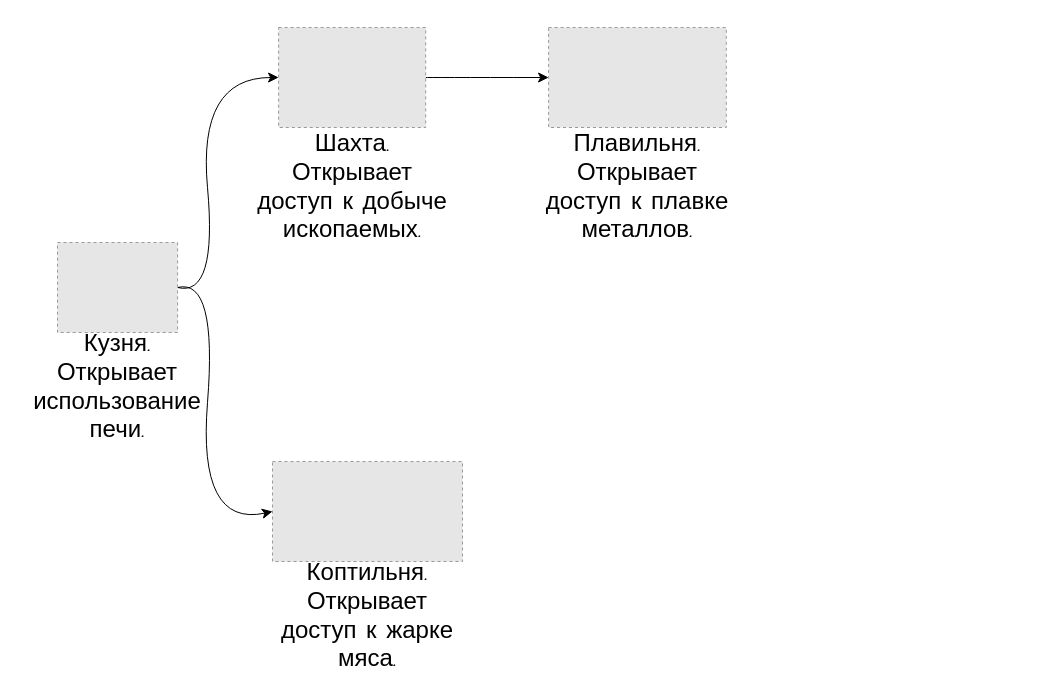
Above: TechnologicalTree.drawio in Alex-Degtyarenko/technological_tree (draw.io), before the change. Source tidied: cells renumbered, new cells numbered last; positions are measured from the earlier drawing's top-left corner, leaving out a move shared by most shapes. Both pictures are drawn from the tidied source at 100%, with x=0, y=0 at pixel (17, 27). Pictures stored in the file or linked from it are replaced by grey dashed boxes.
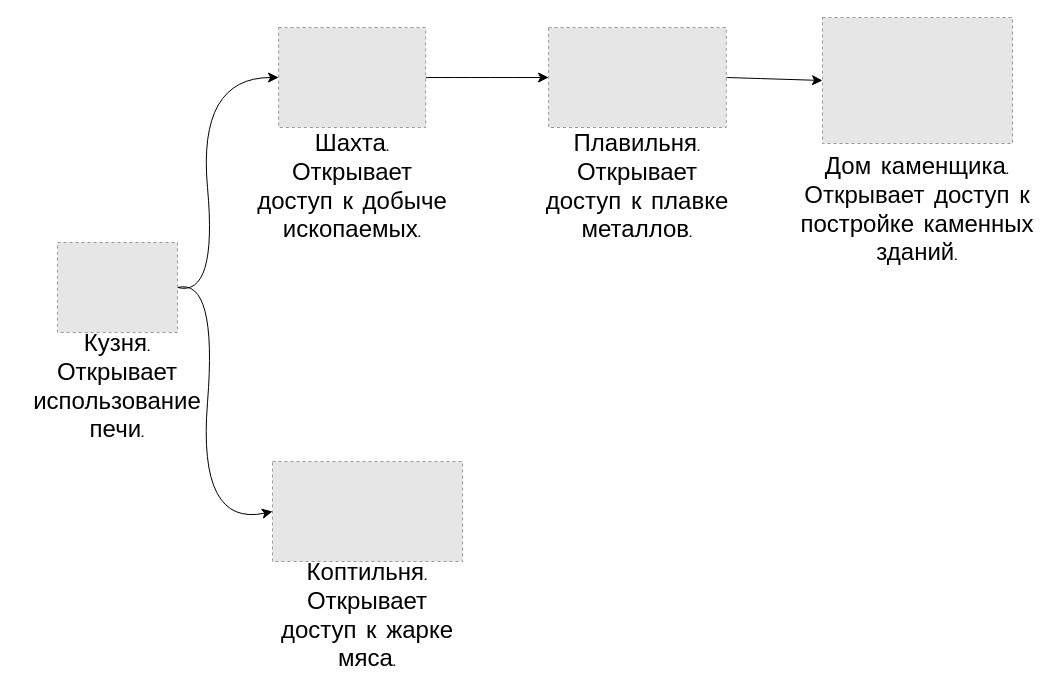
The same page after the edit.

What changed in the source:
```diff
@@
 <mxGraphModel>
   <root>
     <mxCell id="0" />
     <mxCell id="1" parent="0" />
     <mxCell id="2" style="edgeStyle=none;curved=1;rounded=0;jettySize=auto;html=1;exitX=1;exitY=0.5;exitDx=0;exitDy=0;entryX=0;entryY=0.5;entryDx=0;entryDy=0;fontSize=12;startSize=8;endSize=8;" parent="1" edge="1" source="4" target="7">
       <mxGeometry relative="1" as="geometry">
         <Array as="points">
           <mxPoint x="200" y="270" />
           <mxPoint x="180" y="50" />
         </Array>
       </mxGeometry>
     </mxCell>
     <mxCell id="3" style="edgeStyle=none;curved=1;rounded=0;jettySize=auto;html=1;exitX=1;exitY=0.5;exitDx=0;exitDy=0;entryX=0;entryY=0.5;entryDx=0;entryDy=0;fontSize=12;startSize=8;endSize=8;" parent="1" edge="1" source="4" target="9">
       <mxGeometry relative="1" as="geometry">
         <Array as="points">
           <mxPoint x="200" y="250" />
           <mxPoint x="180" y="500" />
         </Array>
       </mxGeometry>
     </mxCell>
     <mxCell id="4" style="fillColor=#E6E6E6;strokeColor=#999999;dashed=1;verticalLabelPosition=bottom;verticalAlign=top;fontSize=16;" parent="1" vertex="1">
       <mxGeometry x="40" y="215" width="120.1" height="90" as="geometry" />
     </mxCell>
     <mxCell id="5" value="Кузня.&lt;br style=&quot;font-size: 24px;&quot;&gt;Открывает использование печи." style="text;html=1;strokeColor=none;fillColor=none;align=center;verticalAlign=middle;whiteSpace=wrap;rounded=0;fontSize=24;fontFamily=Comic Sans MS;labelBackgroundColor=none;" parent="1" vertex="1">
       <mxGeometry y="305" width="200" height="110" as="geometry" />
     </mxCell>
     <mxCell id="6" style="edgeStyle=none;curved=1;rounded=0;jettySize=auto;html=1;exitX=1;exitY=0.5;exitDx=0;exitDy=0;entryX=0;entryY=0.5;entryDx=0;entryDy=0;fontSize=12;startSize=8;endSize=8;" parent="1" edge="1" source="7" target="11">
       <mxGeometry relative="1" as="geometry" />
     </mxCell>
     <mxCell id="7" style="fillColor=#E6E6E6;strokeColor=#999999;dashed=1;verticalLabelPosition=bottom;verticalAlign=top;fontSize=16;" parent="1" vertex="1">
       <mxGeometry x="261.1" width="147.1" height="100" as="geometry" />
     </mxCell>
     <mxCell id="8" value="Шахта. Открывает доступ к добыче ископаемых." style="text;html=1;strokeColor=none;fillColor=none;align=center;verticalAlign=middle;whiteSpace=wrap;rounded=0;fontSize=24;fontFamily=Comic Sans MS;labelBackgroundColor=none;" parent="1" vertex="1">
       <mxGeometry x="234.7" y="105" width="200" height="110" as="geometry" />
     </mxCell>
     <mxCell id="9" style="fillColor=#E6E6E6;strokeColor=#999999;dashed=1;verticalLabelPosition=bottom;verticalAlign=top;fontSize=16;" parent="1" vertex="1">
       <mxGeometry x="255" y="434" width="190" height="100" as="geometry" />
     </mxCell>
     <mxCell id="10" value="Коптильня. Открывает доступ к жарке мяса." style="text;html=1;strokeColor=none;fillColor=none;align=center;verticalAlign=middle;whiteSpace=wrap;rounded=0;fontSize=24;fontFamily=Comic Sans MS;labelBackgroundColor=none;" parent="1" vertex="1">
       <mxGeometry x="250" y="534" width="200" height="110" as="geometry" />
     </mxCell>
+    <mxCell id="13" style="edgeStyle=none;curved=1;rounded=0;jettySize=auto;html=1;exitX=1;exitY=0.5;exitDx=0;exitDy=0;entryX=0;entryY=0.5;entryDx=0;entryDy=0;fontSize=12;startSize=8;endSize=8;" parent="1" edge="1" source="11" target="14">
+      <mxGeometry relative="1" as="geometry" />
+    </mxCell>
     <mxCell id="11" style="fillColor=#E6E6E6;strokeColor=#999999;dashed=1;verticalLabelPosition=bottom;verticalAlign=top;fontSize=16;" parent="1" vertex="1">
       <mxGeometry x="531.1" width="177.7" height="100" as="geometry" />
     </mxCell>
     <mxCell id="12" value="Плавильня. Открывает доступ к плавке металлов." style="text;html=1;strokeColor=none;fillColor=none;align=center;verticalAlign=middle;whiteSpace=wrap;rounded=0;fontSize=24;fontFamily=Comic Sans MS;labelBackgroundColor=none;" parent="1" vertex="1">
       <mxGeometry x="520" y="105" width="200" height="110" as="geometry" />
     </mxCell>
+    <mxCell id="14" style="fillColor=#E6E6E6;strokeColor=#999999;dashed=1;verticalLabelPosition=bottom;verticalAlign=top;fontSize=16;" parent="1" vertex="1">
+      <mxGeometry x="805" y="-10" width="190" height="126" as="geometry" />
+    </mxCell>
+    <mxCell id="15" value="Дом каменщика. Открывает доступ к постройке каменных зданий." style="text;html=1;strokeColor=none;fillColor=none;align=center;verticalAlign=middle;whiteSpace=wrap;rounded=0;fontSize=24;fontFamily=Comic Sans MS;labelBackgroundColor=none;" parent="1" vertex="1">
+      <mxGeometry x="782.1" y="130" width="235.9" height="105" as="geometry" />
+    </mxCell>
   </root>
 </mxGraphModel>
```
